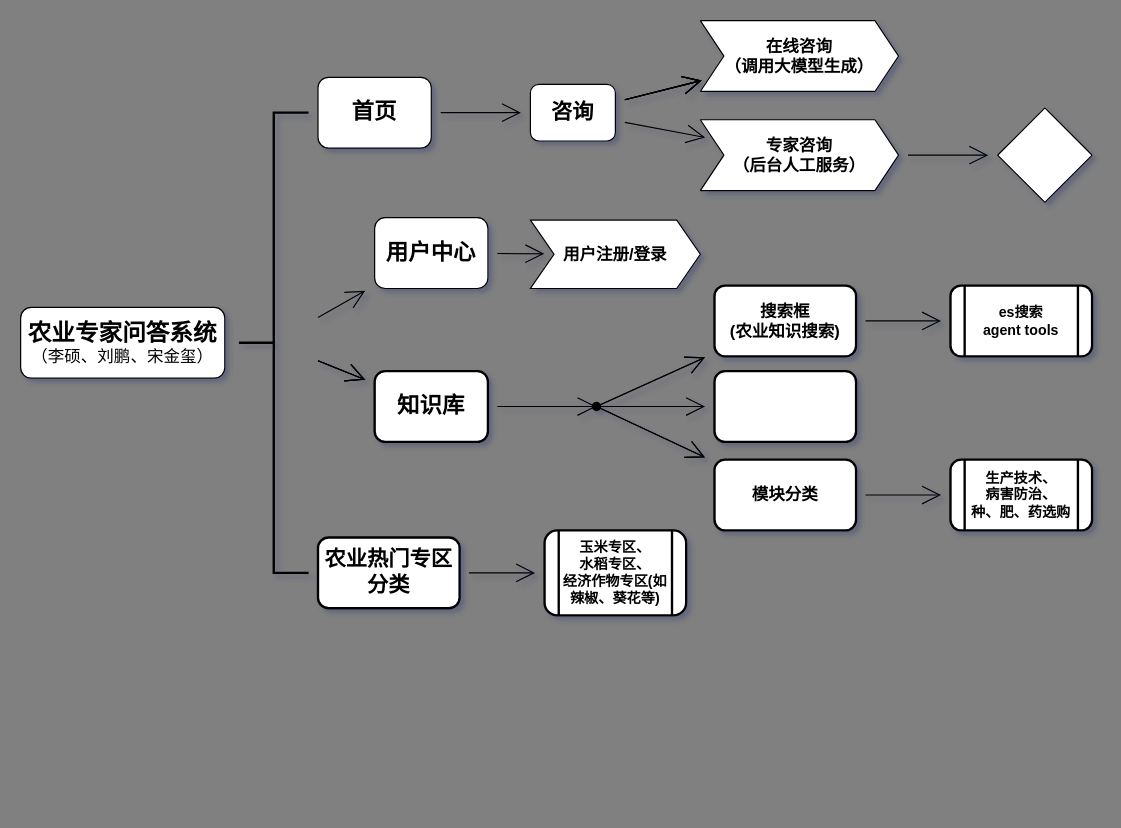
This is P5-农业专家问答系统项目-流程图.drawio from ls-github123/Agriculture_interlocution, a draw.io file, before an edit. Source tidied: cells renumbered, new cells numbered last; positions are measured from the earlier drawing's top-left corner, leaving out a move shared by most shapes. Both pictures are drawn from the tidied source at 118%, with x=0, y=0 at pixel (20, 20).
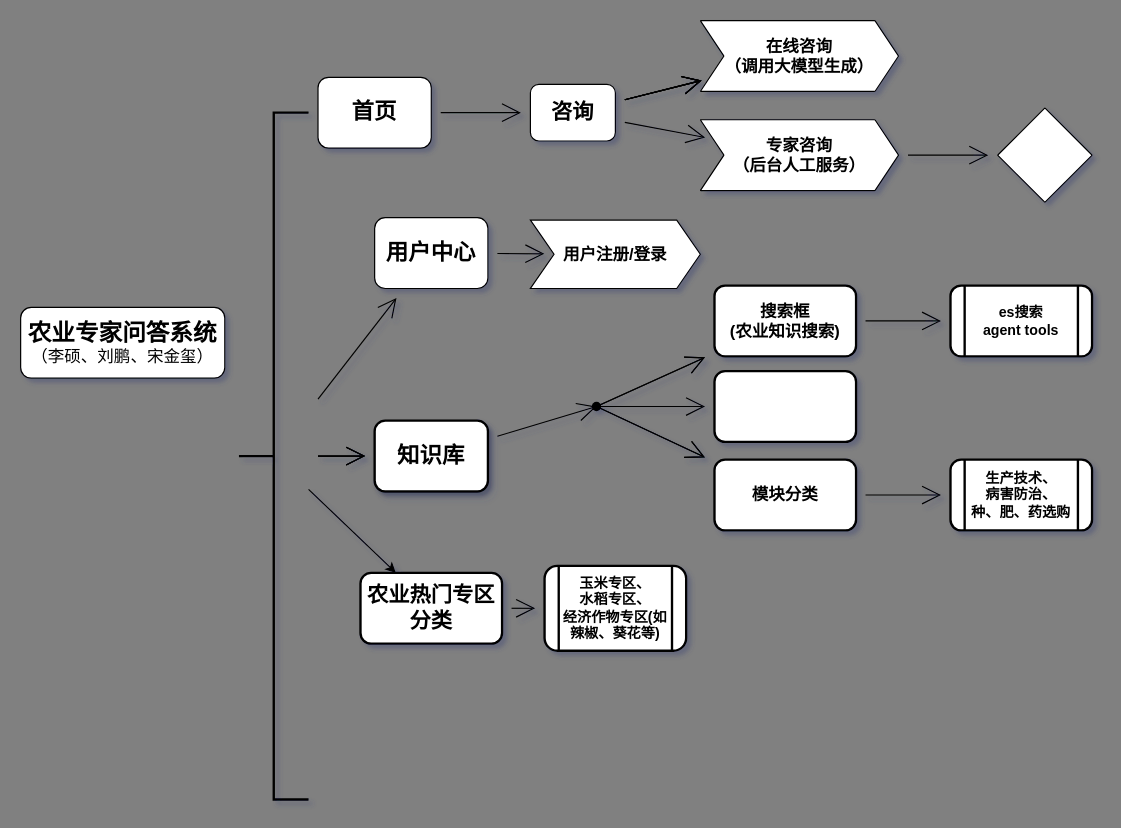
Above is the later version.

Commit message:
修改流程图大小

The edit, as a diff of the source:
```diff
@@
     <mxCell id="7" style="strokeWidth=2;html=1;shape=mxgraph.flowchart.annotation_2;align=left;labelPosition=right;hachureGap=4;rounded=1;labelBackgroundColor=none;" parent="1" vertex="1">
-      <mxGeometry x="185" y="78" width="59" height="390" as="geometry" />
+      <mxGeometry x="185" y="78" width="59" height="582" as="geometry" />
     </mxCell>
@@
-    <mxCell id="24" value="&lt;b style=&quot;font-size: 19px&quot;&gt;知识库&lt;/b&gt;" style="whiteSpace=wrap;html=1;rounded=1;align=center;strokeWidth=2;hachureGap=4;" parent="1" vertex="1">
-      <mxGeometry x="300" y="297" width="96" height="60" as="geometry" />
+    <mxCell id="24" value="&lt;b style=&quot;font-size: 19px&quot;&gt;知识库&lt;/b&gt;" style="whiteSpace=wrap;html=1;rounded=1;align=center;strokeWidth=2;hachureGap=4;shadow=1;" parent="1" vertex="1">
+      <mxGeometry x="300" y="339" width="96" height="60" as="geometry" />
     </mxCell>
@@
+    <mxCell id="42" style="edgeStyle=none;html=1;entryX=0.25;entryY=0;entryDx=0;entryDy=0;" parent="1" edge="1" source="7" target="38">
+      <mxGeometry relative="1" as="geometry" />
+    </mxCell>
     <mxCell id="38" value="&lt;b&gt;&lt;font style=&quot;font-size: 18px&quot;&gt;农业热门专区分类&lt;/font&gt;&lt;/b&gt;" style="whiteSpace=wrap;html=1;rounded=1;align=center;strokeWidth=2;hachureGap=4;" parent="1" vertex="1">
-      <mxGeometry x="252" y="438" width="120" height="60" as="geometry" />
+      <mxGeometry x="288" y="468" width="120" height="60" as="geometry" />
     </mxCell>
     <mxCell id="39" value="&lt;b&gt;玉米专区、&lt;br&gt;水稻专区、&lt;br&gt;经济作物专区(如辣椒、葵花等)&lt;/b&gt;" style="shape=process;whiteSpace=wrap;html=1;backgroundOutline=1;rounded=1;strokeWidth=2;hachureGap=4;" parent="1" vertex="1">
-      <mxGeometry x="444" y="432" width="120" height="72" as="geometry" />
+      <mxGeometry x="444" y="462" width="120" height="72" as="geometry" />
     </mxCell>
```
